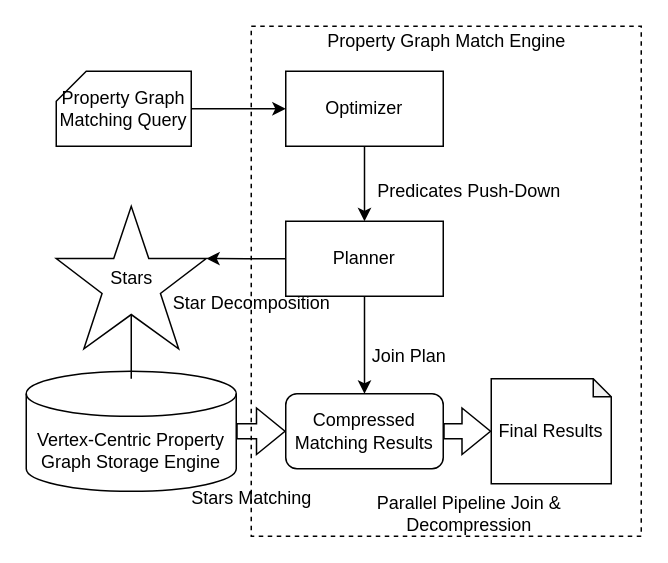
Earlier version of the draw.io diagram img/architecture.drawio (E-Neo/opgm-paper). Source tidied: cells renumbered, new cells numbered last; positions are measured from the earlier drawing's top-left corner, leaving out a move shared by most shapes. Both pictures are drawn from the tidied source at 150%, with x=0, y=0 at pixel (26, 26).
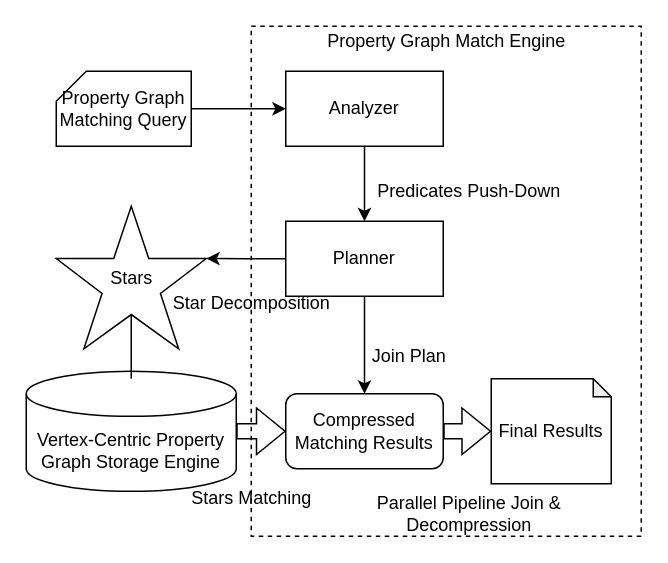
The same page after the edit.

Diff of the diagram source:
```diff
@@
-    <mxCell id="6" value="Optimizer" style="rounded=0;whiteSpace=wrap;html=1;" parent="1" vertex="1">
+    <mxCell id="6" value="Analyzer" style="rounded=0;whiteSpace=wrap;html=1;" parent="1" vertex="1">
       <mxGeometry x="173" y="30" width="105" height="50" as="geometry" />
     </mxCell>
```
